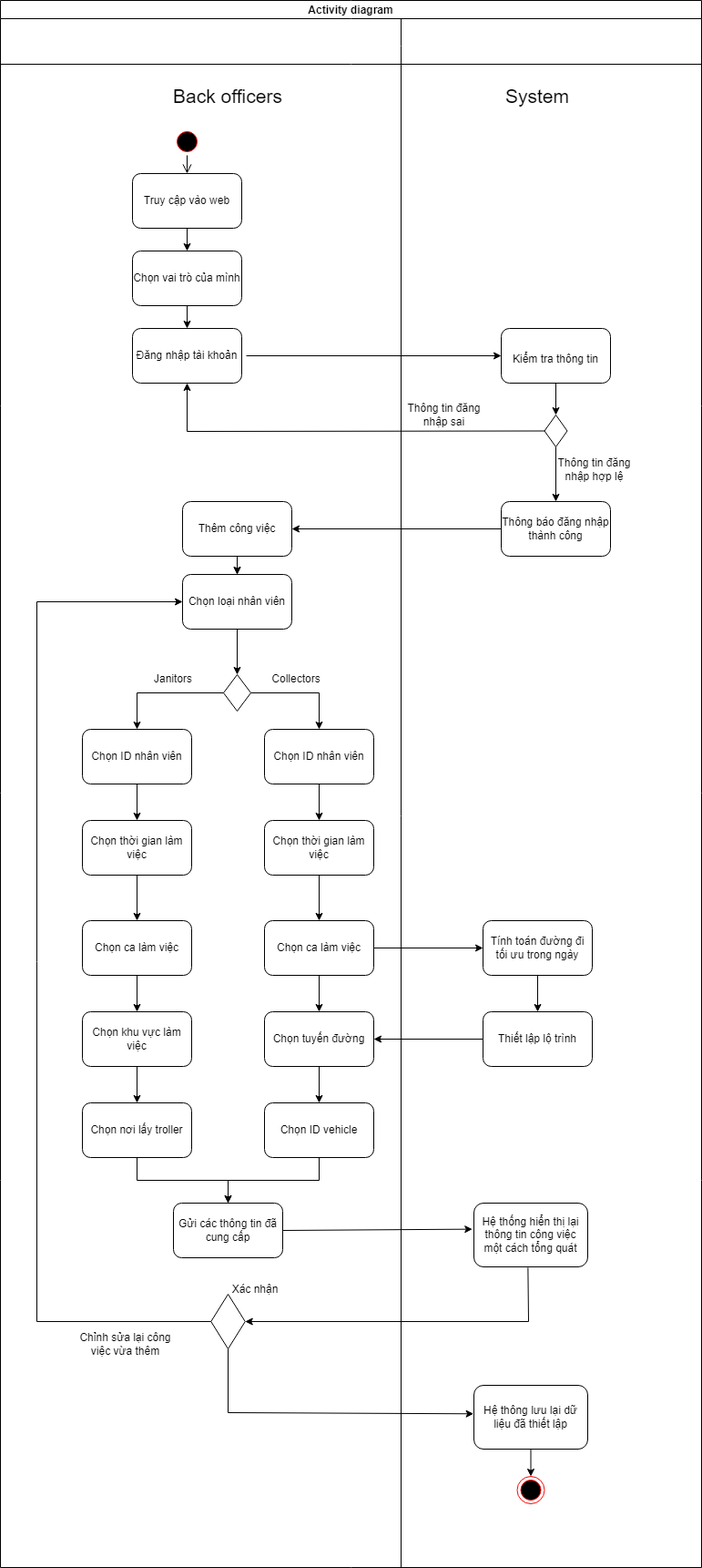
Earlier version of the draw.io export System Modeling/Activity diagram for Back officers.drawio.png (diyuenji/SE_assignment). Source tidied: cells renumbered, new cells last; positions are measured from the earlier drawing's top-left corner, leaving out a move shared by most shapes. Its diagram source:
```xml
<mxGraphModel>
  <root>
    <mxCell id="0" />
    <mxCell id="1" parent="0" />
    <mxCell id="2" value="Activity diagram" style="shape=table;startSize=20;rowLines=0;fontStyle=1;align=center;" parent="1" vertex="1">
      <mxGeometry width="770" height="1720" as="geometry" />
    </mxCell>
    <mxCell id="3" style="shape=tableRow;horizontal=0;startSize=0;swimlaneHead=0;swimlaneBody=0;fillColor=none;top=0;left=0;right=0;bottom=0;" parent="2" vertex="1">
      <mxGeometry y="20" width="770" height="30" as="geometry" />
    </mxCell>
    <mxCell id="4" style="shape=partialRectangle;fillColor=none;top=0;left=0;bottom=0;right=0;fontStyle=1;overflow=hidden;" parent="3" vertex="1">
      <mxGeometry width="440" height="30" as="geometry" />
    </mxCell>
    <mxCell id="5" style="shape=partialRectangle;fillColor=none;top=0;left=0;bottom=0;right=0;align=left;spacingLeft=6;fontStyle=5;overflow=hidden;" parent="3" vertex="1">
      <mxGeometry x="440" width="330" height="30" as="geometry" />
    </mxCell>
    <mxCell id="6" style="shape=tableRow;horizontal=0;startSize=0;swimlaneHead=0;swimlaneBody=0;fillColor=none;top=0;left=0;right=0;bottom=1;" parent="2" vertex="1">
      <mxGeometry y="50" width="770" height="20" as="geometry" />
    </mxCell>
    <mxCell id="7" style="shape=partialRectangle;fillColor=none;top=0;left=0;bottom=0;right=0;fontStyle=1;overflow=hidden;" parent="6" vertex="1">
      <mxGeometry width="440" height="20" as="geometry" />
    </mxCell>
    <mxCell id="8" style="shape=partialRectangle;fillColor=none;top=0;left=0;bottom=0;right=0;align=left;spacingLeft=6;fontStyle=5;overflow=hidden;" parent="6" vertex="1">
      <mxGeometry x="440" width="330" height="20" as="geometry" />
    </mxCell>
    <mxCell id="9" style="shape=tableRow;horizontal=0;startSize=0;swimlaneHead=0;swimlaneBody=0;fillColor=none;top=0;left=0;right=0;bottom=0;" parent="2" vertex="1">
      <mxGeometry y="70" width="770" height="1650" as="geometry" />
    </mxCell>
    <mxCell id="10" style="shape=partialRectangle;fillColor=none;top=0;left=0;bottom=0;right=0;overflow=hidden;" parent="9" vertex="1">
      <mxGeometry width="440" height="1650" as="geometry" />
    </mxCell>
    <mxCell id="11" style="shape=partialRectangle;fillColor=none;top=0;left=0;bottom=0;right=0;align=left;spacingLeft=6;overflow=hidden;" parent="9" vertex="1">
      <mxGeometry x="440" width="330" height="1650" as="geometry" />
    </mxCell>
    <mxCell id="12" value="Đăng nhập tài khoản" style="rounded=1;whiteSpace=wrap;html=1;fillColor=#FFFFFF;" parent="1" vertex="1">
      <mxGeometry x="145" y="360" width="120" height="60" as="geometry" />
    </mxCell>
    <mxCell id="13" style="ellipse;html=1;shape=endState;fillColor=#000000;strokeColor=#ff0000;" parent="1" vertex="1">
      <mxGeometry x="567.5" y="1620" width="30" height="30" as="geometry" />
    </mxCell>
    <mxCell id="14" style="rhombus;whiteSpace=wrap;html=1;" parent="1" vertex="1">
      <mxGeometry x="597.5" y="455" width="25" height="35" as="geometry" />
    </mxCell>
    <mxCell id="15" value="&lt;font style=&quot;font-size: 12px;&quot;&gt;Kiểm tra thông tin&lt;/font&gt;" style="rounded=1;whiteSpace=wrap;html=1;fontSize=21;fillColor=#FFFFFF;" parent="1" vertex="1">
      <mxGeometry x="550" y="360" width="120" height="60" as="geometry" />
    </mxCell>
    <mxCell id="16" value="&lt;font style=&quot;font-size: 21px;&quot;&gt;&lt;font style=&quot;font-size: 21px;&quot;&gt;Back officers&lt;/font&gt;&lt;/font&gt;" style="text;html=1;strokeColor=none;fillColor=none;align=center;verticalAlign=middle;whiteSpace=wrap;rounded=0;fontSize=21;" parent="1" vertex="1">
      <mxGeometry x="145" y="90" width="210" height="30" as="geometry" />
    </mxCell>
    <mxCell id="17" style="ellipse;html=1;shape=startState;fillColor=#000000;strokeColor=#ff0000;fontSize=21;" parent="1" vertex="1">
      <mxGeometry x="190" y="140" width="30" height="30" as="geometry" />
    </mxCell>
    <mxCell id="18" style="edgeStyle=orthogonalEdgeStyle;html=1;verticalAlign=bottom;endArrow=open;endSize=8;strokeColor=#000000;rounded=0;fontSize=21;entryX=0.5;entryY=0;entryDx=0;entryDy=0;exitX=0.5;exitY=1;exitDx=0;exitDy=0;" parent="1" edge="1" source="17" target="20">
      <mxGeometry relative="1" as="geometry" />
    </mxCell>
    <mxCell id="19" style="endArrow=classic;html=1;rounded=0;entryX=0;entryY=0.5;entryDx=0;entryDy=0;" parent="1" edge="1" target="15">
      <mxGeometry relative="1" as="geometry">
        <mxPoint x="270" y="390" as="sourcePoint" />
      </mxGeometry>
    </mxCell>
    <mxCell id="20" value="Truy cập vào web" style="rounded=1;whiteSpace=wrap;html=1;fillColor=#FFFFFF;" parent="1" vertex="1">
      <mxGeometry x="145" y="190" width="120" height="60" as="geometry" />
    </mxCell>
    <mxCell id="21" value="System" style="text;html=1;strokeColor=none;fillColor=none;align=center;verticalAlign=middle;whiteSpace=wrap;rounded=0;fontSize=21;" parent="1" vertex="1">
      <mxGeometry x="470" y="50" width="240" height="110" as="geometry" />
    </mxCell>
    <mxCell id="22" value="Thông báo đăng nhập thành công" style="rounded=1;whiteSpace=wrap;html=1;fontSize=12;fillColor=#FFFFFF;" parent="1" vertex="1">
      <mxGeometry x="550" y="550" width="120" height="60" as="geometry" />
    </mxCell>
    <mxCell id="23" value="Thêm công việc" style="rounded=1;whiteSpace=wrap;html=1;fontSize=12;fillColor=#FFFFFF;" parent="1" vertex="1">
      <mxGeometry x="200" y="550" width="120" height="60" as="geometry" />
    </mxCell>
    <mxCell id="24" style="edgeStyle=orthogonalEdgeStyle;rounded=0;jettySize=auto;html=1;exitX=0.5;exitY=1;exitDx=0;exitDy=0;entryX=0.5;entryY=0;entryDx=0;entryDy=0;" parent="1" edge="1" source="25" target="62">
      <mxGeometry relative="1" as="geometry" />
    </mxCell>
    <mxCell id="25" value="Chọn ID nhân viên&lt;br&gt;" style="rounded=1;whiteSpace=wrap;html=1;fontSize=12;fillColor=#FFFFFF;" parent="1" vertex="1">
      <mxGeometry x="90" y="800" width="120" height="60" as="geometry" />
    </mxCell>
    <mxCell id="26" value="Chọn vai trò của mình" style="rounded=1;whiteSpace=wrap;html=1;fontSize=12;fillColor=#FFFFFF;" parent="1" vertex="1">
      <mxGeometry x="145" y="275" width="120" height="60" as="geometry" />
    </mxCell>
    <mxCell id="27" style="edgeStyle=orthogonalEdgeStyle;rounded=0;jettySize=auto;html=1;exitX=0.5;exitY=1;exitDx=0;exitDy=0;entryX=0.5;entryY=0;entryDx=0;entryDy=0;" parent="1" edge="1" source="28" target="70">
      <mxGeometry relative="1" as="geometry" />
    </mxCell>
    <mxCell id="28" value="Chọn ID nhân viên" style="rounded=1;whiteSpace=wrap;html=1;fontSize=12;fillColor=#FFFFFF;" parent="1" vertex="1">
      <mxGeometry x="290" y="800" width="120" height="60" as="geometry" />
    </mxCell>
    <mxCell id="29" style="edgeStyle=orthogonalEdgeStyle;rounded=0;jettySize=auto;html=1;exitX=0;exitY=0.5;exitDx=0;exitDy=0;entryX=1;entryY=0.5;entryDx=0;entryDy=0;" parent="1" edge="1" source="30" target="66">
      <mxGeometry relative="1" as="geometry" />
    </mxCell>
    <mxCell id="30" value="Thiết lập lộ trình" style="rounded=1;whiteSpace=wrap;html=1;" parent="1" vertex="1">
      <mxGeometry x="530" y="1110" width="120" height="60" as="geometry" />
    </mxCell>
    <mxCell id="31" value="Tính toán đường đi tối ưu trong ngày" style="rounded=1;whiteSpace=wrap;html=1;fontSize=12;fillColor=#FFFFFF;" parent="1" vertex="1">
      <mxGeometry x="530" y="1010" width="120" height="60" as="geometry" />
    </mxCell>
    <mxCell id="32" style="endArrow=classic;html=1;rounded=0;exitX=0.5;exitY=1;exitDx=0;exitDy=0;entryX=0.5;entryY=0;entryDx=0;entryDy=0;" parent="1" edge="1" source="14" target="22">
      <mxGeometry relative="1" as="geometry" />
    </mxCell>
    <mxCell id="33" style="endArrow=classic;html=1;rounded=0;exitX=0.5;exitY=1;exitDx=0;exitDy=0;entryX=0.5;entryY=0;entryDx=0;entryDy=0;" parent="1" edge="1" source="15" target="14">
      <mxGeometry relative="1" as="geometry" />
    </mxCell>
    <mxCell id="34" style="endArrow=classic;html=1;rounded=0;exitX=0;exitY=0.5;exitDx=0;exitDy=0;entryX=0.5;entryY=1;entryDx=0;entryDy=0;" parent="1" edge="1" source="14" target="12">
      <mxGeometry relative="1" as="geometry">
        <Array as="points">
          <mxPoint x="205" y="473" />
        </Array>
      </mxGeometry>
    </mxCell>
    <mxCell id="35" value="Thông tin đăng nhập sai" style="text;html=1;strokeColor=none;fillColor=none;align=center;verticalAlign=middle;whiteSpace=wrap;rounded=0;" parent="1" vertex="1">
      <mxGeometry x="440" y="440" width="95" height="30" as="geometry" />
    </mxCell>
    <mxCell id="36" style="endArrow=classic;html=1;rounded=0;fontSize=12;exitX=0.5;exitY=1;exitDx=0;exitDy=0;entryX=0.5;entryY=0;entryDx=0;entryDy=0;" parent="1" edge="1" source="20" target="26">
      <mxGeometry relative="1" as="geometry" />
    </mxCell>
    <mxCell id="37" style="endArrow=classic;html=1;rounded=0;strokeColor=#000000;fontSize=21;fontColor=#000000;exitX=0.5;exitY=1;exitDx=0;exitDy=0;entryX=0.5;entryY=0;entryDx=0;entryDy=0;" parent="1" edge="1" source="26" target="12">
      <mxGeometry relative="1" as="geometry" />
    </mxCell>
    <mxCell id="38" value="Thông tin đăng nhập hợp lệ" style="text;html=1;strokeColor=none;fillColor=none;align=center;verticalAlign=middle;whiteSpace=wrap;rounded=0;" parent="1" vertex="1">
      <mxGeometry x="605" y="500" width="95" height="30" as="geometry" />
    </mxCell>
    <mxCell id="39" style="endArrow=classic;html=1;rounded=0;fontSize=12;entryX=1;entryY=0.5;entryDx=0;entryDy=0;exitX=0;exitY=0.5;exitDx=0;exitDy=0;" parent="1" edge="1" source="22" target="23">
      <mxGeometry relative="1" as="geometry" />
    </mxCell>
    <mxCell id="40" style="endArrow=classic;html=1;rounded=0;fontSize=12;exitX=0.5;exitY=1;exitDx=0;exitDy=0;entryX=0.5;entryY=0;entryDx=0;entryDy=0;" parent="1" edge="1" source="23" target="41">
      <mxGeometry relative="1" as="geometry" />
    </mxCell>
    <mxCell id="41" value="Chọn loại nhân viên" style="rounded=1;whiteSpace=wrap;html=1;fontSize=12;fillColor=#FFFFFF;" parent="1" vertex="1">
      <mxGeometry x="200" y="630" width="120" height="60" as="geometry" />
    </mxCell>
    <mxCell id="42" style="rhombus;whiteSpace=wrap;html=1;fontSize=12;fillColor=#FFFFFF;" parent="1" vertex="1">
      <mxGeometry x="245" y="740" width="30" height="40" as="geometry" />
    </mxCell>
    <mxCell id="43" style="endArrow=classic;html=1;rounded=0;fontSize=12;entryX=0.5;entryY=0;entryDx=0;entryDy=0;exitX=0;exitY=0.5;exitDx=0;exitDy=0;" parent="1" edge="1" source="42" target="25">
      <mxGeometry relative="1" as="geometry">
        <Array as="points">
          <mxPoint x="150" y="760" />
        </Array>
      </mxGeometry>
    </mxCell>
    <mxCell id="44" style="endArrow=classic;html=1;rounded=0;fontSize=12;exitX=1;exitY=0.5;exitDx=0;exitDy=0;entryX=0.5;entryY=0;entryDx=0;entryDy=0;" parent="1" edge="1" source="42" target="28">
      <mxGeometry relative="1" as="geometry">
        <Array as="points">
          <mxPoint x="350" y="760" />
        </Array>
      </mxGeometry>
    </mxCell>
    <mxCell id="45" value="Janitors" style="text;html=1;strokeColor=none;fillColor=none;align=center;verticalAlign=middle;whiteSpace=wrap;rounded=0;fontSize=12;" parent="1" vertex="1">
      <mxGeometry x="160" y="730" width="60" height="30" as="geometry" />
    </mxCell>
    <mxCell id="46" value="Collectors" style="text;html=1;strokeColor=none;fillColor=none;align=center;verticalAlign=middle;whiteSpace=wrap;rounded=0;fontSize=12;" parent="1" vertex="1">
      <mxGeometry x="295" y="730" width="60" height="30" as="geometry" />
    </mxCell>
    <mxCell id="47" style="endArrow=classic;html=1;rounded=0;fontSize=12;exitX=0.5;exitY=1;exitDx=0;exitDy=0;entryX=0.5;entryY=0;entryDx=0;entryDy=0;" parent="1" edge="1" source="41" target="42">
      <mxGeometry relative="1" as="geometry" />
    </mxCell>
    <mxCell id="48" style="endArrow=classic;html=1;rounded=0;fontSize=12;exitX=0.5;exitY=1;exitDx=0;exitDy=0;entryX=0.5;entryY=0;entryDx=0;entryDy=0;" parent="1" edge="1" source="31" target="30">
      <mxGeometry relative="1" as="geometry" />
    </mxCell>
    <mxCell id="49" value="Gửi các thông tin đã cung cấp" style="rounded=1;whiteSpace=wrap;html=1;fontSize=12;fillColor=#FFFFFF;" parent="1" vertex="1">
      <mxGeometry x="190" y="1320" width="120" height="60" as="geometry" />
    </mxCell>
    <mxCell id="50" style="endArrow=classic;html=1;rounded=0;strokeColor=#000000;strokeWidth=1;fontSize=21;fontColor=#000000;exitX=0.5;exitY=1;exitDx=0;exitDy=0;entryX=0.5;entryY=0;entryDx=0;entryDy=0;" parent="1" edge="1" source="23" target="41">
      <mxGeometry relative="1" as="geometry" />
    </mxCell>
    <mxCell id="51" value="Hệ thống hiển thị lại thông tin công việc một cách tổng quát" style="rounded=1;whiteSpace=wrap;html=1;fontSize=12;fillColor=#FFFFFF;" parent="1" vertex="1">
      <mxGeometry x="520" y="1320" width="125" height="70" as="geometry" />
    </mxCell>
    <mxCell id="52" style="endArrow=classic;html=1;rounded=0;fontSize=12;exitX=1;exitY=0.5;exitDx=0;exitDy=0;entryX=-0.014;entryY=0.409;entryDx=0;entryDy=0;entryPerimeter=0;" parent="1" edge="1" source="49" target="51">
      <mxGeometry relative="1" as="geometry" />
    </mxCell>
    <mxCell id="53" style="rhombus;whiteSpace=wrap;html=1;fontSize=12;fillColor=#FFFFFF;" parent="1" vertex="1">
      <mxGeometry x="231.2" y="1420" width="37.5" height="60" as="geometry" />
    </mxCell>
    <mxCell id="54" value="Xác nhận" style="text;html=1;strokeColor=none;fillColor=none;align=center;verticalAlign=middle;whiteSpace=wrap;rounded=0;fontSize=12;" parent="1" vertex="1">
      <mxGeometry x="250" y="1400" width="60" height="30" as="geometry" />
    </mxCell>
    <mxCell id="55" style="endArrow=classic;html=1;rounded=0;fontSize=12;exitX=0.475;exitY=1.012;exitDx=0;exitDy=0;entryX=1;entryY=0.5;entryDx=0;entryDy=0;exitPerimeter=0;" parent="1" edge="1" source="51" target="53">
      <mxGeometry relative="1" as="geometry">
        <Array as="points">
          <mxPoint x="580" y="1450" />
        </Array>
      </mxGeometry>
    </mxCell>
    <mxCell id="56" style="endArrow=classic;html=1;rounded=0;fontSize=12;exitX=0;exitY=0.5;exitDx=0;exitDy=0;entryX=0;entryY=0.5;entryDx=0;entryDy=0;" parent="1" edge="1" source="53" target="41">
      <mxGeometry relative="1" as="geometry">
        <Array as="points">
          <mxPoint x="40" y="1450" />
          <mxPoint x="40" y="660" />
        </Array>
      </mxGeometry>
    </mxCell>
    <mxCell id="57" value="Chỉnh sửa lại công việc vừa thêm" style="text;html=1;strokeColor=none;fillColor=none;align=center;verticalAlign=middle;whiteSpace=wrap;rounded=0;fontSize=12;" parent="1" vertex="1">
      <mxGeometry x="75" y="1460" width="125" height="30" as="geometry" />
    </mxCell>
    <mxCell id="58" value="Hệ thông lưu lại dữ liệu đã thiết lập" style="rounded=1;whiteSpace=wrap;html=1;fontSize=12;fillColor=#FFFFFF;" parent="1" vertex="1">
      <mxGeometry x="520" y="1520" width="125" height="70" as="geometry" />
    </mxCell>
    <mxCell id="59" style="endArrow=classic;html=1;rounded=0;fontSize=12;exitX=0.5;exitY=1;exitDx=0;exitDy=0;entryX=-0.003;entryY=0.447;entryDx=0;entryDy=0;entryPerimeter=0;" parent="1" edge="1" source="53" target="58">
      <mxGeometry relative="1" as="geometry">
        <Array as="points">
          <mxPoint x="250" y="1550" />
        </Array>
      </mxGeometry>
    </mxCell>
    <mxCell id="60" style="endArrow=classic;html=1;rounded=0;fontSize=12;entryX=0.5;entryY=0;entryDx=0;entryDy=0;exitX=0.5;exitY=1;exitDx=0;exitDy=0;" parent="1" edge="1" source="58" target="13">
      <mxGeometry relative="1" as="geometry" />
    </mxCell>
    <mxCell id="61" style="edgeStyle=orthogonalEdgeStyle;rounded=0;jettySize=auto;html=1;exitX=0.5;exitY=1;exitDx=0;exitDy=0;entryX=0.5;entryY=0;entryDx=0;entryDy=0;" parent="1" edge="1" source="62" target="64">
      <mxGeometry relative="1" as="geometry" />
    </mxCell>
    <mxCell id="62" value="Chọn thời gian làm việc" style="rounded=1;whiteSpace=wrap;html=1;fontSize=12;fillColor=#FFFFFF;" parent="1" vertex="1">
      <mxGeometry x="90" y="900" width="120" height="60" as="geometry" />
    </mxCell>
    <mxCell id="63" style="edgeStyle=orthogonalEdgeStyle;rounded=0;jettySize=auto;html=1;exitX=0.5;exitY=1;exitDx=0;exitDy=0;" parent="1" edge="1" source="64" target="75">
      <mxGeometry relative="1" as="geometry" />
    </mxCell>
    <mxCell id="64" value="Chọn ca làm việc" style="rounded=1;whiteSpace=wrap;html=1;fontSize=12;fillColor=#FFFFFF;" parent="1" vertex="1">
      <mxGeometry x="90" y="1010" width="120" height="60" as="geometry" />
    </mxCell>
    <mxCell id="65" style="edgeStyle=orthogonalEdgeStyle;rounded=0;jettySize=auto;html=1;exitX=0.5;exitY=1;exitDx=0;exitDy=0;entryX=0.5;entryY=0;entryDx=0;entryDy=0;" parent="1" edge="1" source="66" target="68">
      <mxGeometry relative="1" as="geometry" />
    </mxCell>
    <mxCell id="66" value="Chọn tuyến đường" style="rounded=1;whiteSpace=wrap;html=1;fontSize=12;fillColor=#FFFFFF;" parent="1" vertex="1">
      <mxGeometry x="290" y="1110" width="120" height="60" as="geometry" />
    </mxCell>
    <mxCell id="67" style="edgeStyle=orthogonalEdgeStyle;rounded=0;jettySize=auto;html=1;exitX=0.5;exitY=1;exitDx=0;exitDy=0;" parent="1" edge="1" source="68">
      <mxGeometry relative="1" as="geometry">
        <mxPoint x="250" y="1320" as="targetPoint" />
      </mxGeometry>
    </mxCell>
    <mxCell id="68" value="Chọn ID vehicle" style="rounded=1;whiteSpace=wrap;html=1;fontSize=12;fillColor=#FFFFFF;" parent="1" vertex="1">
      <mxGeometry x="290" y="1210" width="120" height="60" as="geometry" />
    </mxCell>
    <mxCell id="69" style="edgeStyle=orthogonalEdgeStyle;rounded=0;jettySize=auto;html=1;exitX=0.5;exitY=1;exitDx=0;exitDy=0;" parent="1" edge="1" source="70" target="73">
      <mxGeometry relative="1" as="geometry" />
    </mxCell>
    <mxCell id="70" value="Chọn thời gian làm việc" style="rounded=1;whiteSpace=wrap;html=1;fontSize=12;fillColor=#FFFFFF;" parent="1" vertex="1">
      <mxGeometry x="290" y="900" width="120" height="60" as="geometry" />
    </mxCell>
    <mxCell id="71" style="edgeStyle=orthogonalEdgeStyle;rounded=0;jettySize=auto;html=1;exitX=1;exitY=0.5;exitDx=0;exitDy=0;entryX=0;entryY=0.5;entryDx=0;entryDy=0;" parent="1" edge="1" source="73" target="31">
      <mxGeometry relative="1" as="geometry" />
    </mxCell>
    <mxCell id="72" style="edgeStyle=orthogonalEdgeStyle;rounded=0;jettySize=auto;html=1;exitX=0.5;exitY=1;exitDx=0;exitDy=0;entryX=0.5;entryY=0;entryDx=0;entryDy=0;" parent="1" edge="1" source="73" target="66">
      <mxGeometry relative="1" as="geometry" />
    </mxCell>
    <mxCell id="73" value="Chọn ca làm việc" style="rounded=1;whiteSpace=wrap;html=1;fontSize=12;fillColor=#FFFFFF;" parent="1" vertex="1">
      <mxGeometry x="290" y="1010" width="120" height="60" as="geometry" />
    </mxCell>
    <mxCell id="74" style="edgeStyle=orthogonalEdgeStyle;rounded=0;jettySize=auto;html=1;exitX=0.5;exitY=1;exitDx=0;exitDy=0;entryX=0.5;entryY=0;entryDx=0;entryDy=0;" parent="1" edge="1" source="75" target="77">
      <mxGeometry relative="1" as="geometry" />
    </mxCell>
    <mxCell id="75" value="Chọn khu vực làm việc" style="rounded=1;whiteSpace=wrap;html=1;fontSize=12;fillColor=#FFFFFF;" parent="1" vertex="1">
      <mxGeometry x="90" y="1110" width="120" height="60" as="geometry" />
    </mxCell>
    <mxCell id="76" style="edgeStyle=orthogonalEdgeStyle;rounded=0;jettySize=auto;html=1;exitX=0.5;exitY=1;exitDx=0;exitDy=0;" parent="1" edge="1" source="77" target="49">
      <mxGeometry relative="1" as="geometry" />
    </mxCell>
    <mxCell id="77" value="Chọn nơi lấy troller" style="rounded=1;whiteSpace=wrap;html=1;fontSize=12;fillColor=#FFFFFF;" parent="1" vertex="1">
      <mxGeometry x="90" y="1210" width="120" height="60" as="geometry" />
    </mxCell>
  </root>
</mxGraphModel>
```
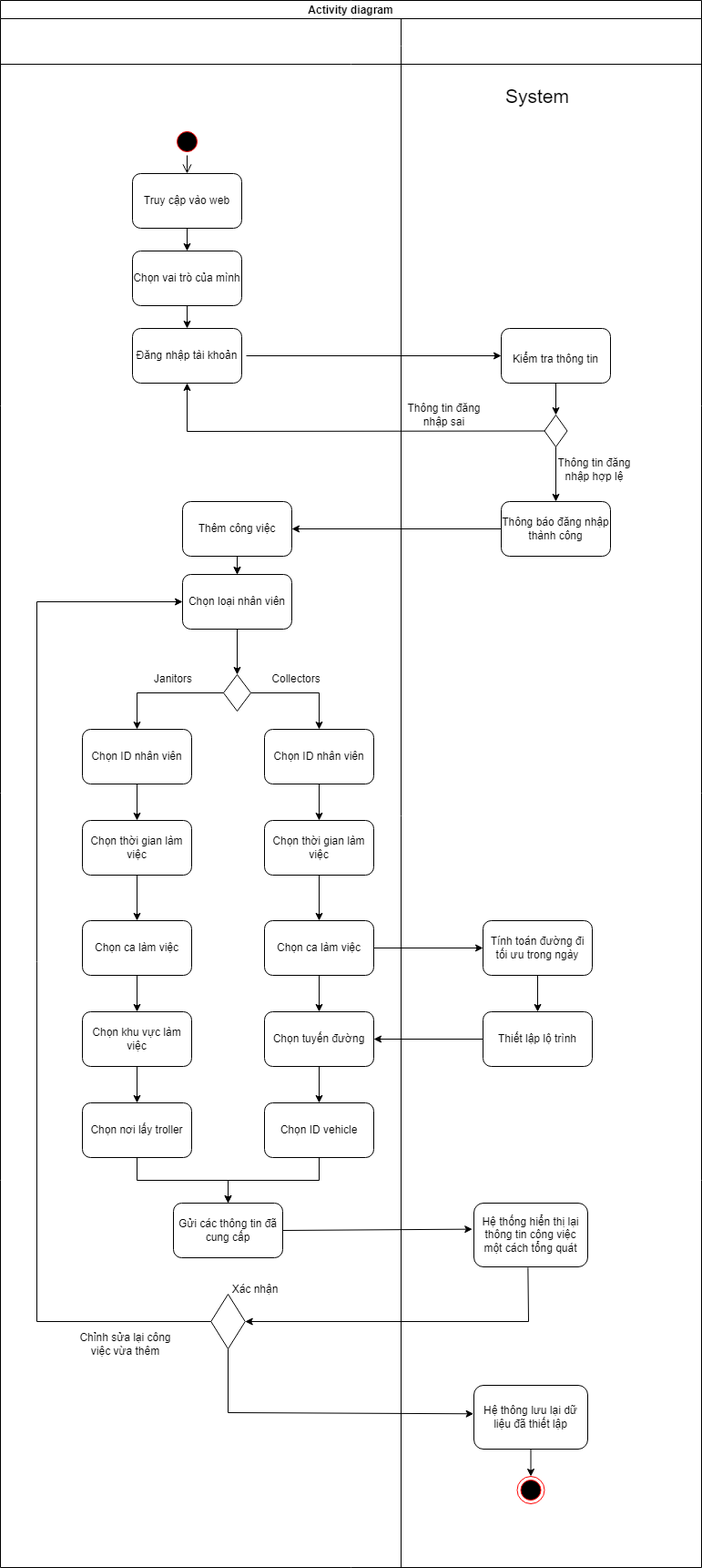
The same diagram one commit later.

Diff of the diagram source:
```diff
@@ -44,9 +44,6 @@
     <mxCell id="15" value="&lt;font style=&quot;font-size: 12px;&quot;&gt;Kiểm tra thông tin&lt;/font&gt;" style="rounded=1;whiteSpace=wrap;html=1;fontSize=21;fillColor=#FFFFFF;" parent="1" vertex="1">
       <mxGeometry x="550" y="360" width="120" height="60" as="geometry" />
     </mxCell>
-    <mxCell id="16" value="&lt;font style=&quot;font-size: 21px;&quot;&gt;&lt;font style=&quot;font-size: 21px;&quot;&gt;Back officers&lt;/font&gt;&lt;/font&gt;" style="text;html=1;strokeColor=none;fillColor=none;align=center;verticalAlign=middle;whiteSpace=wrap;rounded=0;fontSize=21;" parent="1" vertex="1">
-      <mxGeometry x="145" y="90" width="210" height="30" as="geometry" />
-    </mxCell>
     <mxCell id="17" style="ellipse;html=1;shape=startState;fillColor=#000000;strokeColor=#ff0000;fontSize=21;" parent="1" vertex="1">
       <mxGeometry x="190" y="140" width="30" height="30" as="geometry" />
     </mxCell>
```
